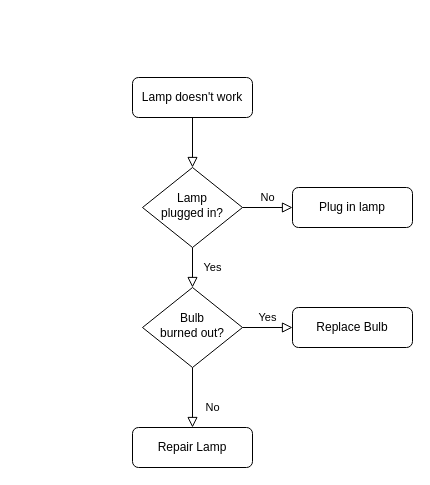
Earlier version of the draw.io diagram Untitled Diagram.drawio (AmudalaGirish/github_to_lambda). Source tidied: cells renumbered, new cells numbered last; positions are measured from the earlier drawing's top-left corner, leaving out a move shared by most shapes. Both pictures are drawn from the tidied source at 100%, with x=0, y=0 at pixel (132, 77).
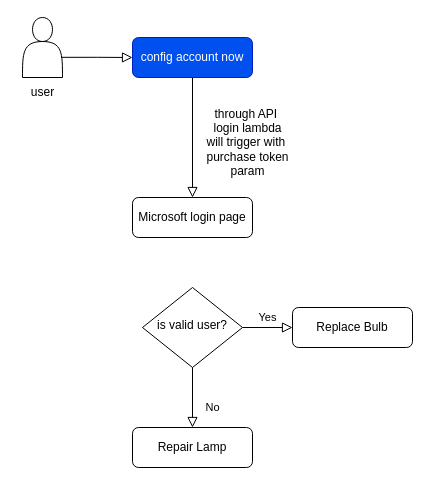
After the change.

What changed in the source:
```diff
@@
 <mxGraphModel>
   <root>
     <mxCell id="0" />
     <mxCell id="1" parent="0" />
-    <mxCell id="2" style="rounded=0;html=1;jettySize=auto;fontSize=11;endArrow=block;endFill=0;endSize=8;strokeWidth=1;shadow=0;labelBackgroundColor=none;edgeStyle=orthogonalEdgeStyle;" parent="1" edge="1" source="3" target="6">
+    <mxCell id="2" style="rounded=0;html=1;jettySize=auto;fontSize=11;endArrow=block;endFill=0;endSize=8;strokeWidth=1;shadow=0;labelBackgroundColor=none;edgeStyle=orthogonalEdgeStyle;entryX=0.5;entryY=0;entryDx=0;entryDy=0;" parent="1" edge="1" source="3" target="17">
       <mxGeometry relative="1" as="geometry" />
     </mxCell>
-    <mxCell id="3" value="Lamp doesn't work" style="rounded=1;whiteSpace=wrap;html=1;fontSize=12;glass=0;strokeWidth=1;shadow=0;" parent="1" vertex="1">
-      <mxGeometry width="120" height="40" as="geometry" />
+    <mxCell id="3" value="config account now" style="rounded=1;whiteSpace=wrap;html=1;fontSize=12;glass=0;strokeWidth=1;shadow=0;fillColor=#0050ef;strokeColor=#001DBC;fontColor=#ffffff;" parent="1" vertex="1">
+      <mxGeometry y="-40" width="120" height="40" as="geometry" />
     </mxCell>
-    <mxCell id="4" value="Yes" style="rounded=0;html=1;jettySize=auto;fontSize=11;endArrow=block;endFill=0;endSize=8;strokeWidth=1;shadow=0;labelBackgroundColor=none;edgeStyle=orthogonalEdgeStyle;" parent="1" edge="1" source="6" target="10">
-      <mxGeometry y="20" relative="1" as="geometry" />
-    </mxCell>
-    <mxCell id="5" value="No" style="edgeStyle=orthogonalEdgeStyle;rounded=0;html=1;jettySize=auto;fontSize=11;endArrow=block;endFill=0;endSize=8;strokeWidth=1;shadow=0;labelBackgroundColor=none;" parent="1" edge="1" source="6" target="7">
-      <mxGeometry y="10" relative="1" as="geometry" />
-    </mxCell>
-    <mxCell id="6" value="Lamp&lt;br&gt;plugged in?" style="rhombus;whiteSpace=wrap;html=1;shadow=0;fontFamily=Helvetica;fontSize=12;align=center;strokeWidth=1;spacing=6;spacingTop=-4;" parent="1" vertex="1">
-      <mxGeometry x="10" y="90" width="100" height="80" as="geometry" />
-    </mxCell>
-    <mxCell id="7" value="Plug in lamp" style="rounded=1;whiteSpace=wrap;html=1;fontSize=12;glass=0;strokeWidth=1;shadow=0;" parent="1" vertex="1">
-      <mxGeometry x="160" y="110" width="120" height="40" as="geometry" />
-    </mxCell>
     <mxCell id="8" value="No" style="rounded=0;html=1;jettySize=auto;fontSize=11;endArrow=block;endFill=0;endSize=8;strokeWidth=1;shadow=0;labelBackgroundColor=none;edgeStyle=orthogonalEdgeStyle;" parent="1" edge="1" source="10" target="11">
       <mxGeometry x="0.33" y="20" relative="1" as="geometry" />
     </mxCell>
     <mxCell id="9" value="Yes" style="edgeStyle=orthogonalEdgeStyle;rounded=0;html=1;jettySize=auto;fontSize=11;endArrow=block;endFill=0;endSize=8;strokeWidth=1;shadow=0;labelBackgroundColor=none;" parent="1" edge="1" source="10" target="12">
       <mxGeometry y="10" relative="1" as="geometry" />
     </mxCell>
-    <mxCell id="10" value="Bulb&lt;br&gt;burned out?" style="rhombus;whiteSpace=wrap;html=1;shadow=0;fontFamily=Helvetica;fontSize=12;align=center;strokeWidth=1;spacing=6;spacingTop=-4;" parent="1" vertex="1">
+    <mxCell id="10" value="is valid user?" style="rhombus;whiteSpace=wrap;html=1;shadow=0;fontFamily=Helvetica;fontSize=12;align=center;strokeWidth=1;spacing=6;spacingTop=-4;" parent="1" vertex="1">
       <mxGeometry x="10" y="210" width="100" height="80" as="geometry" />
     </mxCell>
     <mxCell id="11" value="Repair Lamp" style="rounded=1;whiteSpace=wrap;html=1;fontSize=12;glass=0;strokeWidth=1;shadow=0;" parent="1" vertex="1">
       <mxGeometry y="350" width="120" height="40" as="geometry" />
     </mxCell>
     <mxCell id="12" value="Replace Bulb" style="rounded=1;whiteSpace=wrap;html=1;fontSize=12;glass=0;strokeWidth=1;shadow=0;" parent="1" vertex="1">
       <mxGeometry x="160" y="230" width="120" height="40" as="geometry" />
     </mxCell>
+    <mxCell id="13" value="through API&amp;nbsp;&lt;br&gt;login lambda&lt;br&gt;will trigger with&amp;nbsp;&lt;br&gt;purchase token&lt;br&gt;param&lt;br&gt;" style="text;html=1;align=center;verticalAlign=middle;strokeColor=none;fillColor=none;" parent="1" vertex="1">
+      <mxGeometry x="60" y="20" width="110" height="90" as="geometry" />
+    </mxCell>
+    <mxCell id="14" style="shape=actor;whiteSpace=wrap;html=1;labelBackgroundColor=#3333FF;" parent="1" vertex="1">
+      <mxGeometry x="-110" y="-60" width="40" height="60" as="geometry" />
+    </mxCell>
+    <mxCell id="15" value="user" style="text;html=1;align=center;verticalAlign=middle;strokeColor=none;fillColor=none;" parent="1" vertex="1">
+      <mxGeometry x="-115" width="50" height="30" as="geometry" />
+    </mxCell>
+    <mxCell id="16" style="rounded=0;html=1;jettySize=auto;fontSize=11;endArrow=block;endFill=0;endSize=8;strokeWidth=1;shadow=0;labelBackgroundColor=none;edgeStyle=orthogonalEdgeStyle;exitX=0.964;exitY=0.664;exitDx=0;exitDy=0;exitPerimeter=0;" parent="1" edge="1" source="14">
+      <mxGeometry relative="1" as="geometry">
+        <mxPoint y="-20" as="targetPoint" />
+      </mxGeometry>
+    </mxCell>
+    <mxCell id="17" value="Microsoft login page" style="rounded=1;whiteSpace=wrap;html=1;labelBackgroundColor=#FFFFFF;" parent="1" vertex="1">
+      <mxGeometry y="120" width="120" height="40" as="geometry" />
+    </mxCell>
   </root>
 </mxGraphModel>
```
